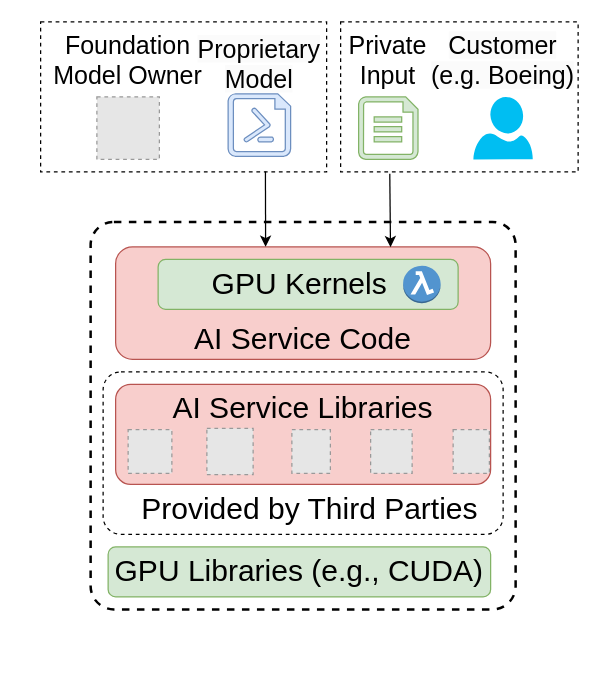
Above: page "Softwares" (7 of 8) of ConfidentialComputing/confAI_current.drawio in ya0guang/researches (draw.io), before the change. Source tidied: cells renumbered, new cells numbered last; positions are measured from the earlier drawing's top-left corner, leaving out a move shared by most shapes. Both pictures are drawn from the tidied source at 125%, with x=0, y=0 at pixel (40, 21). Pictures stored in the file or linked from it are replaced by grey dashed boxes.
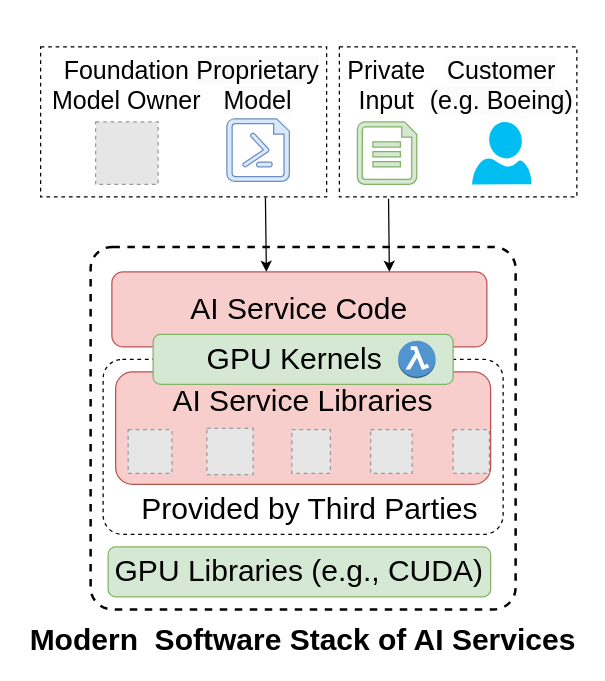
Above is the later version.

Unchanged cells that the change refers to:
```xml
<mxCell id="21" style="rounded=0;whiteSpace=wrap;html=1;fillColor=none;dashed=1;" parent="18" vertex="1">
  <mxGeometry x="-80" width="190" height="120" as="geometry" />
</mxCell>
```

Change to the diagram source:
```diff
@@
     <mxCell id="2" style="rounded=1;whiteSpace=wrap;html=1;fillColor=none;arcSize=6;strokeWidth=2;dashed=1;" parent="1" vertex="1">
-      <mxGeometry x="40" y="160" width="340" height="310" as="geometry" />
+      <mxGeometry x="40" y="180" width="340" height="290" as="geometry" />
     </mxCell>
     <mxCell id="3" style="rounded=1;whiteSpace=wrap;html=1;fillColor=none;dashed=1;arcSize=11;" parent="1" vertex="1">
-      <mxGeometry x="50" y="280" width="320" height="130" as="geometry" />
+      <mxGeometry x="50" y="270" width="320" height="140" as="geometry" />
     </mxCell>
@@
-    <mxCell id="5" value="&lt;span style=&quot;font-size: 24px;&quot;&gt;AI Service Libraries&lt;/span&gt;&lt;br&gt;&lt;br&gt;&lt;div&gt;&lt;br&gt;&lt;/div&gt;&lt;div&gt;&lt;br&gt;&lt;/div&gt;" style="rounded=1;whiteSpace=wrap;html=1;fillColor=#f8cecc;strokeColor=#b85450;" parent="1" vertex="1">
-      <mxGeometry x="60" y="290" width="300" height="80" as="geometry" />
+    <mxCell id="5" value="&lt;div style=&quot;font-size: 22px;&quot;&gt;&lt;span style=&quot;font-size: 24px; background-color: initial;&quot;&gt;AI Service Libraries&lt;/span&gt;&lt;br&gt;&lt;/div&gt;&lt;br&gt;&lt;div&gt;&lt;br&gt;&lt;/div&gt;&lt;div&gt;&lt;br&gt;&lt;/div&gt;" style="rounded=1;whiteSpace=wrap;html=1;fillColor=#f8cecc;strokeColor=#b85450;" parent="1" vertex="1">
+      <mxGeometry x="60" y="280" width="300" height="90" as="geometry" />
     </mxCell>
@@
-    <mxCell id="7" value="&lt;div&gt;&lt;span style=&quot;font-size: 24px;&quot;&gt;&lt;br&gt;&lt;/span&gt;&lt;/div&gt;&lt;span style=&quot;font-size: 24px;&quot;&gt;&lt;div&gt;&lt;span style=&quot;font-size: 24px;&quot;&gt;&lt;br&gt;&lt;/span&gt;&lt;/div&gt;AI Service Code&lt;/span&gt;" style="rounded=1;whiteSpace=wrap;html=1;fillColor=#f8cecc;strokeColor=#b85450;" parent="1" vertex="1">
-      <mxGeometry x="60" y="180" width="300" height="90" as="geometry" />
+    <mxCell id="7" value="&lt;div&gt;&lt;span style=&quot;font-size: 24px; background-color: initial;&quot;&gt;AI Service Code&lt;/span&gt;&lt;/div&gt;" style="rounded=1;whiteSpace=wrap;html=1;fillColor=#f8cecc;strokeColor=#b85450;" parent="1" vertex="1">
+      <mxGeometry x="57" y="200" width="300" height="60" as="geometry" />
     </mxCell>
@@
-    <mxCell id="13" style="rounded=0;jettySize=auto;html=1;entryX=0.733;entryY=0.003;entryDx=0;entryDy=0;entryPerimeter=0;exitX=0.207;exitY=1.012;exitDx=0;exitDy=0;exitPerimeter=0;" parent="1" edge="1" source="21" target="7">
-      <mxGeometry relative="1" as="geometry" />
+    <mxCell id="13" style="rounded=0;jettySize=auto;html=1;exitX=0.207;exitY=1.012;exitDx=0;exitDy=0;exitPerimeter=0;" parent="1" edge="1" source="21">
+      <mxGeometry relative="1" as="geometry">
+        <mxPoint x="279" y="200" as="targetPoint" />
+      </mxGeometry>
     </mxCell>
     <mxCell id="14" style="group;" parent="1" vertex="1">
-      <mxGeometry x="120" y="2.5" width="110" height="120" as="geometry" />
+      <mxGeometry x="119" y="22.5" width="110" height="120" as="geometry" />
     </mxCell>
@@
-    <mxCell id="16" value="&lt;font style=&quot;font-size: 20px;&quot;&gt;&lt;span style=&quot;color: rgb(0, 0, 0); font-family: Helvetica; font-style: normal; font-variant-ligatures: normal; font-variant-caps: normal; font-weight: 400; letter-spacing: normal; orphans: 2; text-indent: 0px; text-transform: none; widows: 2; word-spacing: 0px; -webkit-text-stroke-width: 0px; white-space: nowrap; background-color: rgb(251, 251, 251); text-decoration-thickness: initial; text-decoration-style: initial; text-decoration-color: initial; float: none; display: inline !important;&quot;&gt;Proprietary&lt;/span&gt;&lt;br style=&quot;forced-color-adjust: none; color: rgb(0, 0, 0); font-family: Helvetica; font-style: normal; font-variant-ligatures: normal; font-variant-caps: normal; font-weight: 400; letter-spacing: normal; orphans: 2; text-indent: 0px; text-transform: none; widows: 2; word-spacing: 0px; -webkit-text-stroke-width: 0px; white-space: nowrap; background-color: rgb(251, 251, 251); text-decoration-thickness: initial; text-decoration-style: initial; text-decoration-color: initial;&quot;&gt;&lt;span style=&quot;color: rgb(0, 0, 0); font-family: Helvetica; font-style: normal; font-variant-ligatures: normal; font-variant-caps: normal; font-weight: 400; letter-spacing: normal; orphans: 2; text-indent: 0px; text-transform: none; widows: 2; word-spacing: 0px; -webkit-text-stroke-width: 0px; white-space: nowrap; background-color: rgb(251, 251, 251); text-decoration-thickness: initial; text-decoration-style: initial; text-decoration-color: initial; float: none; display: inline !important;&quot;&gt;Model&lt;/span&gt;&lt;/font&gt;" style="text;whiteSpace=wrap;html=1;align=center;" parent="14" vertex="1">
-      <mxGeometry width="110" height="60" as="geometry" />
-    </mxCell>
-    <mxCell id="17" style="rounded=0;jettySize=auto;html=1;exitX=0.786;exitY=0.997;exitDx=0;exitDy=0;exitPerimeter=0;" parent="1" edge="1" source="28">
-      <mxGeometry relative="1" as="geometry">
-        <mxPoint x="180" y="180" as="targetPoint" />
-      </mxGeometry>
+    <mxCell id="17" style="rounded=0;jettySize=auto;html=1;exitX=0.786;exitY=1.005;exitDx=0;exitDy=0;exitPerimeter=0;entryX=0.412;entryY=0;entryDx=0;entryDy=0;entryPerimeter=0;" parent="1" edge="1" source="28" target="7">
+      <mxGeometry relative="1" as="geometry" />
     </mxCell>
     <mxCell id="18" style="group;" parent="1" vertex="1">
-      <mxGeometry x="320" width="110" height="120" as="geometry" />
+      <mxGeometry x="319" y="20" width="110" height="120" as="geometry" />
     </mxCell>
@@
     <mxCell id="22" style="group;" parent="1" vertex="1">
-      <mxGeometry x="240" width="76.2" height="110" as="geometry" />
+      <mxGeometry x="239" y="20" width="76.2" height="110" as="geometry" />
     </mxCell>
@@
     <mxCell id="25" style="group;" parent="1" vertex="1">
-      <mxGeometry width="228.8" height="120" as="geometry" />
+      <mxGeometry x="-1" y="20" width="229.8" height="120" as="geometry" />
     </mxCell>
@@
+    <mxCell id="16" value="&lt;font style=&quot;font-size: 20px;&quot;&gt;&lt;span style=&quot;color: rgb(0, 0, 0); font-family: Helvetica; font-style: normal; font-variant-ligatures: normal; font-variant-caps: normal; font-weight: 400; letter-spacing: normal; orphans: 2; text-indent: 0px; text-transform: none; widows: 2; word-spacing: 0px; -webkit-text-stroke-width: 0px; white-space: nowrap; background-color: rgb(251, 251, 251); text-decoration-thickness: initial; text-decoration-style: initial; text-decoration-color: initial; float: none; display: inline !important;&quot;&gt;Proprietary&lt;/span&gt;&lt;br style=&quot;forced-color-adjust: none; color: rgb(0, 0, 0); font-family: Helvetica; font-style: normal; font-variant-ligatures: normal; font-variant-caps: normal; font-weight: 400; letter-spacing: normal; orphans: 2; text-indent: 0px; text-transform: none; widows: 2; word-spacing: 0px; -webkit-text-stroke-width: 0px; white-space: nowrap; background-color: rgb(251, 251, 251); text-decoration-thickness: initial; text-decoration-style: initial; text-decoration-color: initial;&quot;&gt;&lt;span style=&quot;color: rgb(0, 0, 0); font-family: Helvetica; font-style: normal; font-variant-ligatures: normal; font-variant-caps: normal; font-weight: 400; letter-spacing: normal; orphans: 2; text-indent: 0px; text-transform: none; widows: 2; word-spacing: 0px; -webkit-text-stroke-width: 0px; white-space: nowrap; background-color: rgb(251, 251, 251); text-decoration-thickness: initial; text-decoration-style: initial; text-decoration-color: initial; float: none; display: inline !important;&quot;&gt;Model&lt;/span&gt;&lt;/font&gt;" style="text;whiteSpace=wrap;html=1;align=center;" parent="25" vertex="1">
+      <mxGeometry x="119.8" width="110" height="60" as="geometry" />
+    </mxCell>
     <mxCell id="28" style="rounded=0;whiteSpace=wrap;html=1;fillColor=none;dashed=1;" parent="25" vertex="1">
-      <mxGeometry width="228.8" height="120" as="geometry" />
+      <mxGeometry x="1" width="228.8" height="120" as="geometry" />
     </mxCell>
     <mxCell id="29" style="group;" parent="1" vertex="1">
-      <mxGeometry x="94" y="190" width="240" height="40" as="geometry" />
+      <mxGeometry x="90" y="250" width="240" height="40" as="geometry" />
     </mxCell>
@@
+    <mxCell id="32" value="&lt;span style=&quot;font-size: 24px;&quot;&gt;&lt;b&gt;Modern&amp;nbsp; Software Stack of AI Services&lt;/b&gt;&lt;/span&gt;" style="text;html=1;align=center;verticalAlign=middle;whiteSpace=wrap;rounded=0;" parent="1" vertex="1">
+      <mxGeometry x="-15" y="480" width="450" height="30" as="geometry" />
+    </mxCell>
```
